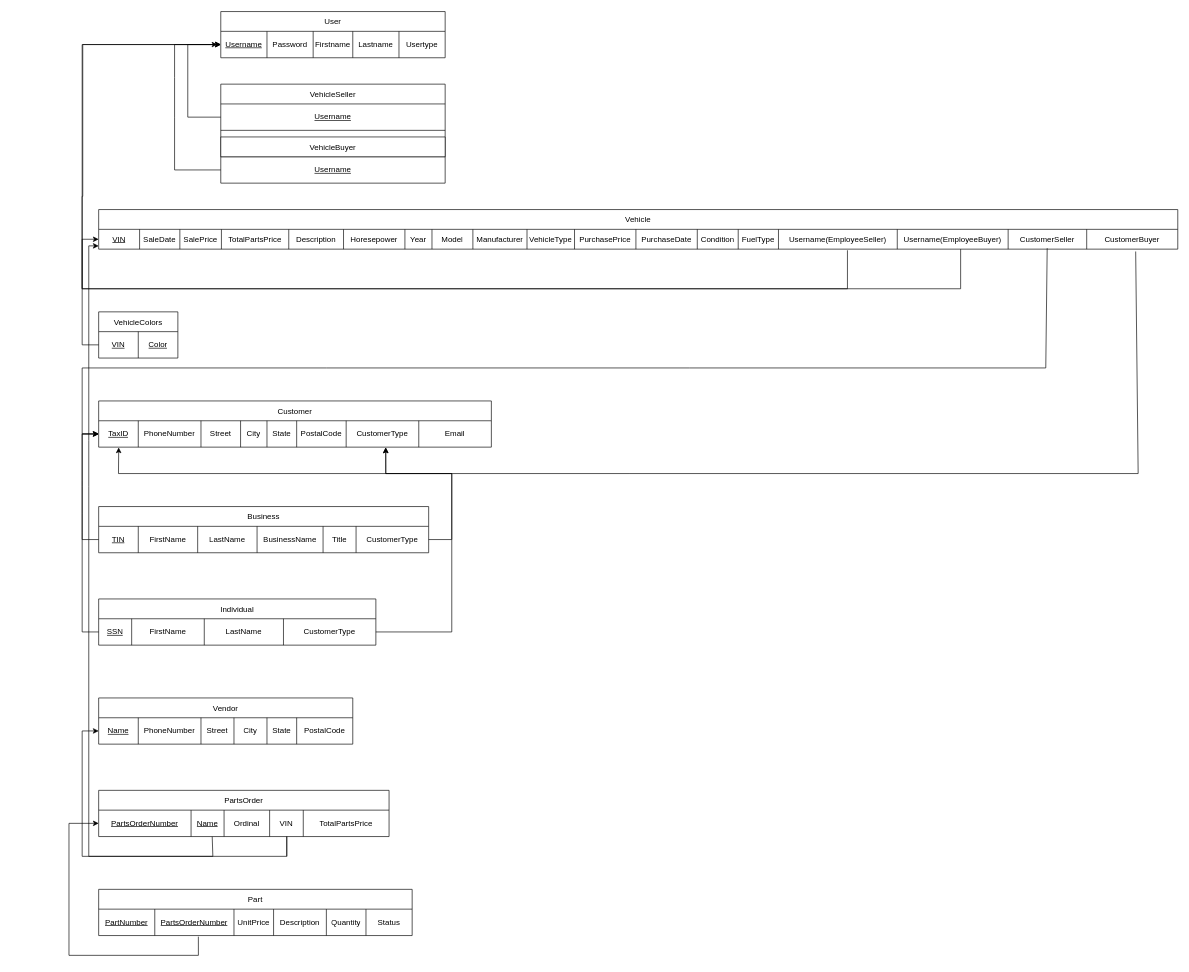
Earlier version of the draw.io diagram Phase_2/team006_p2_eer2rel.drawio (rkang427/autodb). Source tidied: cells renumbered, new cells numbered last; positions are measured from the earlier drawing's top-left corner, leaving out a move shared by most shapes. Both pictures are drawn from the tidied source at 66%, with x=0, y=0 at pixel (69, 11).
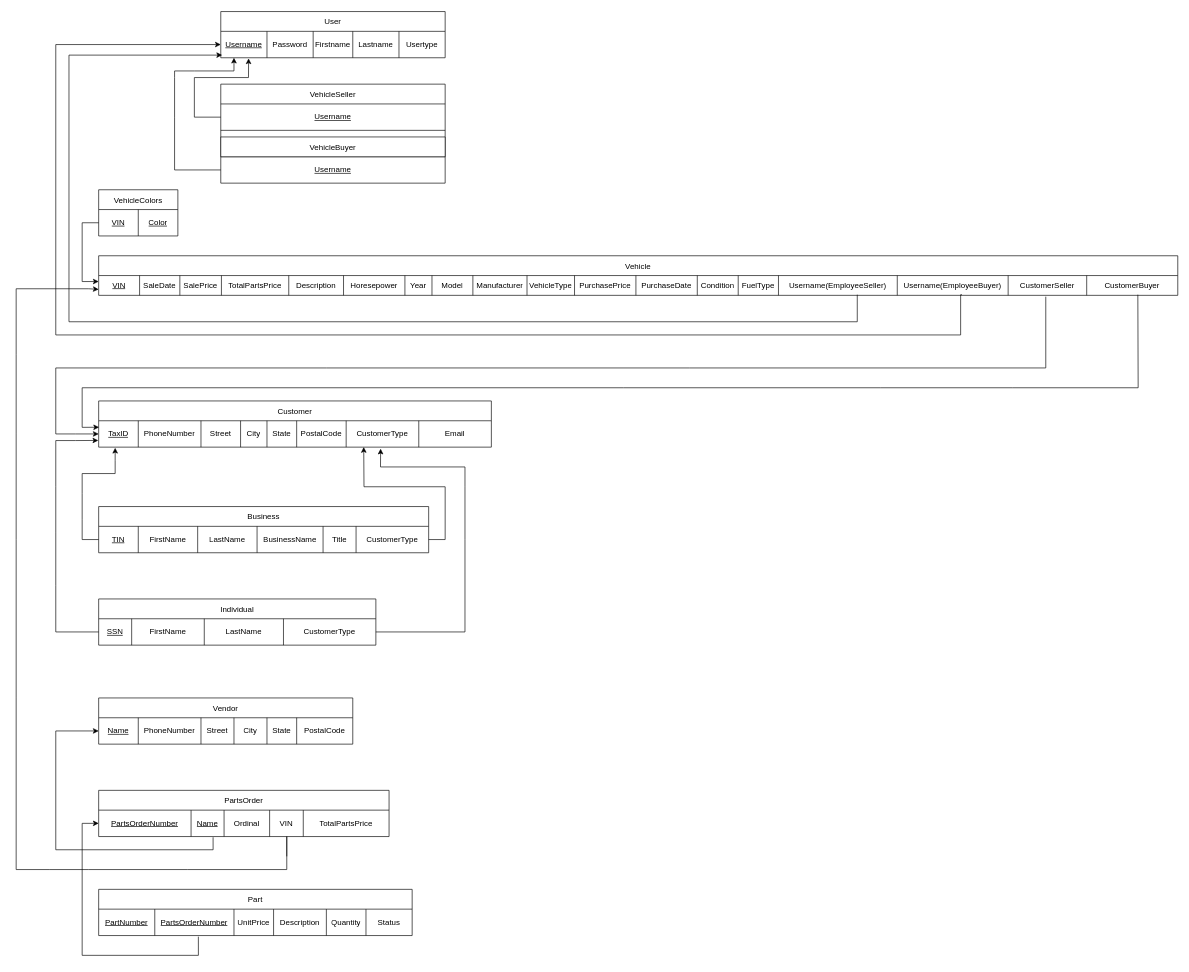
Above is the later version.

The change refers to these unchanged cells:
```xml
<mxCell id="3" style="shape=tableRow;horizontal=0;startSize=0;swimlaneHead=0;swimlaneBody=0;strokeColor=inherit;top=0;left=0;bottom=0;right=0;fillColor=none;points=[[0,0.5],[1,0.5]];portConstraint=eastwest;" parent="2" vertex="1">
  <mxGeometry y="30" width="340" height="40" as="geometry" />
</mxCell>
<mxCell id="10" style="shape=tableRow;horizontal=0;startSize=0;swimlaneHead=0;swimlaneBody=0;strokeColor=inherit;top=0;left=0;bottom=0;right=0;fillColor=none;points=[[0,0.5],[1,0.5]];portConstraint=eastwest;" parent="9" vertex="1">
  <mxGeometry y="30" width="340" height="40" as="geometry" />
</mxCell>
<mxCell id="16" style="shape=tableRow;horizontal=0;startSize=0;swimlaneHead=0;swimlaneBody=0;strokeColor=inherit;top=0;left=0;bottom=0;right=0;fillColor=none;points=[[0,0.5],[1,0.5]];portConstraint=eastwest;" parent="15" vertex="1">
  <mxGeometry y="30" width="340" height="40" as="geometry" />
</mxCell>
<mxCell id="20" style="shape=tableRow;horizontal=0;startSize=0;swimlaneHead=0;swimlaneBody=0;strokeColor=inherit;top=0;left=0;bottom=0;right=0;fillColor=none;points=[[0,0.5],[1,0.5]];portConstraint=eastwest;" parent="19" vertex="1">
  <mxGeometry y="30" width="120" height="40" as="geometry" />
</mxCell>
<mxCell id="24" style="shape=tableRow;horizontal=0;startSize=0;swimlaneHead=0;swimlaneBody=0;strokeColor=inherit;top=0;left=0;bottom=0;right=0;fillColor=none;points=[[0,0.5],[1,0.5]];portConstraint=eastwest;" parent="23" vertex="1">
  <mxGeometry y="30" width="595" height="40" as="geometry" />
</mxCell>
<mxCell id="34" style="shape=tableRow;horizontal=0;startSize=0;swimlaneHead=0;swimlaneBody=0;strokeColor=inherit;top=0;left=0;bottom=0;right=0;fillColor=none;points=[[0,0.5],[1,0.5]];portConstraint=eastwest;" parent="33" vertex="1">
  <mxGeometry y="30" width="385" height="40" as="geometry" />
</mxCell>
<mxCell id="43" style="shape=tableRow;horizontal=0;startSize=0;swimlaneHead=0;swimlaneBody=0;strokeColor=inherit;top=0;left=0;bottom=0;right=0;fillColor=none;points=[[0,0.5],[1,0.5]];portConstraint=eastwest;" parent="42" vertex="1">
  <mxGeometry y="30" width="475" height="40" as="geometry" />
</mxCell>
<mxCell id="55" style="shape=tableRow;horizontal=0;startSize=0;swimlaneHead=0;swimlaneBody=0;strokeColor=inherit;top=0;left=0;bottom=0;right=0;fillColor=none;points=[[0,0.5],[1,0.5]];portConstraint=eastwest;" parent="54" vertex="1">
  <mxGeometry y="30" width="1635" height="30" as="geometry" />
</mxCell>
<mxCell id="77" style="shape=tableRow;horizontal=0;startSize=0;swimlaneHead=0;swimlaneBody=0;strokeColor=inherit;top=0;left=0;bottom=0;right=0;fillColor=none;points=[[0,0.5],[1,0.5]];portConstraint=eastwest;align=center;verticalAlign=middle;fontFamily=Helvetica;fontSize=12;fontColor=default;" parent="76" vertex="1">
  <mxGeometry y="30" width="500" height="40" as="geometry" />
</mxCell>
<mxCell id="85" style="shape=tableRow;horizontal=0;startSize=0;swimlaneHead=0;swimlaneBody=0;strokeColor=inherit;top=0;left=0;bottom=0;right=0;fillColor=none;points=[[0,0.5],[1,0.5]];portConstraint=eastwest;align=center;verticalAlign=middle;fontFamily=Helvetica;fontSize=12;fontColor=default;" parent="84" vertex="1">
  <mxGeometry y="30" width="420" height="40" as="geometry" />
</mxCell>
<mxCell id="95" style="shape=tableRow;horizontal=0;startSize=0;swimlaneHead=0;swimlaneBody=0;strokeColor=inherit;top=0;left=0;bottom=0;right=0;fillColor=none;points=[[0,0.5],[1,0.5]];portConstraint=eastwest;" parent="94" vertex="1">
  <mxGeometry y="30" width="440" height="40" as="geometry" />
</mxCell>
```

Change to the diagram source:
```diff
@@
-    <mxCell id="14" style="endArrow=classic;html=1;rounded=0;exitX=0;exitY=0.5;exitDx=0;exitDy=0;entryX=0;entryY=0.5;entryDx=0;entryDy=0;" parent="1" edge="1" source="10" target="3">
+    <mxCell id="14" style="endArrow=classic;html=1;rounded=0;exitX=0;exitY=0.5;exitDx=0;exitDy=0;entryX=0.124;entryY=1.025;entryDx=0;entryDy=0;entryPerimeter=0;" parent="1" edge="1" source="10" target="3">
       <mxGeometry relative="1" as="geometry">
         <Array as="points">
-          <mxPoint x="180" y="160" />
-          <mxPoint x="180" y="50" />
+          <mxPoint x="190" y="160" />
+          <mxPoint x="190" y="100" />
+          <mxPoint x="272" y="100" />
         </Array>
       </mxGeometry>
     </mxCell>
@@
-    <mxCell id="18" style="endArrow=classic;html=1;rounded=0;exitX=0;exitY=0.5;exitDx=0;exitDy=0;entryX=0;entryY=0.5;entryDx=0;entryDy=0;" parent="1" edge="1" source="16" target="3">
+    <mxCell id="18" style="endArrow=classic;html=1;rounded=0;exitX=0;exitY=0.5;exitDx=0;exitDy=0;" parent="1" edge="1" source="16">
       <mxGeometry relative="1" as="geometry">
+        <mxPoint x="250" y="70" as="targetPoint" />
         <Array as="points">
           <mxPoint x="160" y="240" />
           <mxPoint x="160" y="160" />
           <mxPoint x="160" y="100" />
-          <mxPoint x="160" y="50" />
-          <mxPoint x="210" y="50" />
+          <mxPoint x="160" y="90" />
+          <mxPoint x="190" y="90" />
+          <mxPoint x="250" y="90" />
         </Array>
       </mxGeometry>
     </mxCell>
     <mxCell id="19" value="VehicleColors" style="shape=table;startSize=30;childLayout=tableLayout;" parent="1" vertex="1">
-      <mxGeometry x="45" y="455" width="120" height="70" as="geometry" />
+      <mxGeometry x="45" y="270" width="120" height="70" as="geometry" />
     </mxCell>
@@
-    <mxCell id="41" style="edgeStyle=orthogonalEdgeStyle;rounded=0;jettySize=auto;html=1;entryX=0;entryY=0.5;entryDx=0;entryDy=0;exitX=0.391;exitY=1.004;exitDx=0;exitDy=0;exitPerimeter=0;" parent="1" edge="1" source="95" target="34">
+    <mxCell id="41" style="edgeStyle=orthogonalEdgeStyle;rounded=0;jettySize=auto;html=1;entryX=0;entryY=0.5;entryDx=0;entryDy=0;exitX=0.394;exitY=1.026;exitDx=0;exitDy=0;exitPerimeter=0;" parent="1" edge="1" source="95" target="34">
       <mxGeometry relative="1" as="geometry">
         <Array as="points">
-          <mxPoint x="218" y="1250" />
-          <mxPoint x="218" y="1280" />
-          <mxPoint x="20" y="1280" />
-          <mxPoint x="20" y="1090" />
+          <mxPoint x="218" y="1270" />
+          <mxPoint x="-20" y="1270" />
+          <mxPoint x="-20" y="1090" />
         </Array>
       </mxGeometry>
     </mxCell>
@@
     <mxCell id="50" style="edgeStyle=orthogonalEdgeStyle;rounded=0;jettySize=auto;html=1;entryX=0;entryY=0.5;entryDx=0;entryDy=0;exitX=0.318;exitY=1.042;exitDx=0;exitDy=0;exitPerimeter=0;" parent="1" edge="1" source="43">
       <mxGeometry relative="1" as="geometry">
         <mxPoint x="45" y="1230" as="targetPoint" />
         <Array as="points">
           <mxPoint x="196" y="1430" />
-          <mxPoint y="1430" />
-          <mxPoint y="1230" />
+          <mxPoint x="20" y="1430" />
+          <mxPoint x="20" y="1230" />
         </Array>
       </mxGeometry>
     </mxCell>
-    <mxCell id="51" style="edgeStyle=orthogonalEdgeStyle;rounded=0;orthogonalLoop=1;jettySize=auto;html=1;exitX=0.697;exitY=1.056;exitDx=0;exitDy=0;exitPerimeter=0;entryX=0;entryY=0.5;entryDx=0;entryDy=0;" parent="1" edge="1">
+    <mxCell id="51" style="edgeStyle=orthogonalEdgeStyle;rounded=0;jettySize=auto;html=1;exitX=0.703;exitY=0.967;exitDx=0;exitDy=0;exitPerimeter=0;entryX=0.006;entryY=0.9;entryDx=0;entryDy=0;entryPerimeter=0;" parent="1" edge="1" source="55" target="3">
       <mxGeometry relative="1" as="geometry">
-        <mxPoint x="1179.5" y="361.7" as="sourcePoint" />
-        <mxPoint x="224.9" y="50" as="targetPoint" />
         <Array as="points">
-          <mxPoint x="1179.9" y="420" />
-          <mxPoint x="19.9" y="420" />
-          <mxPoint x="19.9" y="280" />
-          <mxPoint x="20.9" y="50" />
+          <mxPoint x="1194" y="470" />
+          <mxPoint y="470" />
+          <mxPoint y="66" />
         </Array>
       </mxGeometry>
     </mxCell>
-    <mxCell id="52" style="rounded=0;jettySize=auto;html=1;exitX=0.879;exitY=0.951;exitDx=0;exitDy=0;exitPerimeter=0;entryX=0;entryY=0.5;entryDx=0;entryDy=0;" parent="1" edge="1" source="55" target="24">
+    <mxCell id="52" style="rounded=0;jettySize=auto;html=1;entryX=0;entryY=0.5;entryDx=0;entryDy=0;" parent="1" edge="1" target="24">
       <mxGeometry relative="1" as="geometry">
+        <mxPoint x="1480" y="432" as="sourcePoint" />
         <Array as="points">
           <mxPoint x="1480" y="540" />
           <mxPoint x="940" y="540" />
           <mxPoint x="390" y="540" />
-          <mxPoint x="20" y="540" />
-          <mxPoint x="20" y="640" />
+          <mxPoint x="-20" y="540" />
+          <mxPoint x="-20" y="640" />
+          <mxPoint x="10" y="640" />
         </Array>
       </mxGeometry>
     </mxCell>
-    <mxCell id="53" style="edgeStyle=none;rounded=0;jettySize=auto;html=1;exitX=0.961;exitY=1.118;exitDx=0;exitDy=0;exitPerimeter=0;entryX=0.051;entryY=1.012;entryDx=0;entryDy=0;entryPerimeter=0;" parent="1" edge="1" source="55" target="24">
+    <mxCell id="53" style="edgeStyle=none;rounded=0;jettySize=auto;html=1;exitX=0.963;exitY=0.967;exitDx=0;exitDy=0;exitPerimeter=0;entryX=0.001;entryY=0.246;entryDx=0;entryDy=0;entryPerimeter=0;" parent="1" edge="1" source="55" target="24">
       <mxGeometry relative="1" as="geometry">
         <Array as="points">
-          <mxPoint x="1620" y="700" />
-          <mxPoint x="850" y="700" />
-          <mxPoint x="75" y="700" />
+          <mxPoint x="1620" y="570" />
+          <mxPoint x="1430" y="570" />
+          <mxPoint x="1230" y="570" />
+          <mxPoint x="840" y="570" />
+          <mxPoint x="20" y="570" />
+          <mxPoint x="20" y="630" />
         </Array>
       </mxGeometry>
     </mxCell>
     <mxCell id="54" value="Vehicle" style="shape=table;startSize=30;childLayout=tableLayout;" parent="1" vertex="1">
-      <mxGeometry x="45" y="300" width="1635" height="60" as="geometry" />
+      <mxGeometry x="45" y="370" width="1635" height="60" as="geometry" />
     </mxCell>
@@
-    <mxCell id="74" style="edgeStyle=orthogonalEdgeStyle;rounded=0;jettySize=auto;html=1;entryX=0;entryY=0.5;entryDx=0;entryDy=0;" parent="1" edge="1" source="20" target="55">
+    <mxCell id="74" style="edgeStyle=orthogonalEdgeStyle;rounded=0;jettySize=auto;html=1;entryX=0;entryY=0.302;entryDx=0;entryDy=0;entryPerimeter=0;exitX=0;exitY=0.5;exitDx=0;exitDy=0;" parent="1" edge="1" source="20" target="55">
       <mxGeometry relative="1" as="geometry">
         <Array as="points">
-          <mxPoint x="20" y="505" />
-          <mxPoint x="20" y="345" />
+          <mxPoint x="20" y="320" />
+          <mxPoint x="20" y="409" />
         </Array>
       </mxGeometry>
     </mxCell>
-    <mxCell id="75" style="edgeStyle=orthogonalEdgeStyle;rounded=0;jettySize=auto;html=1;entryX=0;entryY=0.5;entryDx=0;entryDy=0;" parent="1" edge="1" target="3">
+    <mxCell id="75" style="edgeStyle=orthogonalEdgeStyle;rounded=0;jettySize=auto;html=1;entryX=0;entryY=0.5;entryDx=0;entryDy=0;exitX=0.8;exitY=0.967;exitDx=0;exitDy=0;exitPerimeter=0;" parent="1" edge="1" source="55" target="3">
       <mxGeometry relative="1" as="geometry">
-        <mxPoint x="1351" y="360" as="sourcePoint" />
         <Array as="points">
-          <mxPoint x="1351" y="420" />
-          <mxPoint x="20" y="420" />
-          <mxPoint x="20" y="50" />
+          <mxPoint x="1351" y="429" />
+          <mxPoint x="1351" y="490" />
+          <mxPoint x="-20" y="490" />
+          <mxPoint x="-20" y="50" />
         </Array>
       </mxGeometry>
     </mxCell>
@@
-    <mxCell id="90" style="edgeStyle=none;rounded=0;jettySize=auto;html=1;entryX=0;entryY=0.5;entryDx=0;entryDy=0;fontFamily=Helvetica;fontSize=12;fontColor=default;exitX=0;exitY=0.5;exitDx=0;exitDy=0;" parent="1" edge="1" source="77" target="24">
+    <mxCell id="90" style="edgeStyle=none;rounded=0;jettySize=auto;html=1;fontFamily=Helvetica;fontSize=12;fontColor=default;exitX=0;exitY=0.5;exitDx=0;exitDy=0;" parent="1" edge="1" source="77">
       <mxGeometry relative="1" as="geometry">
+        <mxPoint x="70" y="661" as="targetPoint" />
         <Array as="points">
           <mxPoint x="20" y="800" />
-          <mxPoint x="20" y="760" />
-          <mxPoint x="20" y="720" />
-          <mxPoint x="20" y="640" />
+          <mxPoint x="20" y="770" />
+          <mxPoint x="20" y="730" />
+          <mxPoint x="20" y="700" />
+          <mxPoint x="70" y="700" />
+          <mxPoint x="70" y="680" />
         </Array>
       </mxGeometry>
     </mxCell>
-    <mxCell id="91" style="edgeStyle=none;rounded=0;jettySize=auto;html=1;fontFamily=Helvetica;fontSize=12;fontColor=default;exitX=0;exitY=0.5;exitDx=0;exitDy=0;entryX=0;entryY=0.5;entryDx=0;entryDy=0;" parent="1" edge="1" source="85" target="24">
+    <mxCell id="91" style="edgeStyle=none;rounded=0;jettySize=auto;html=1;fontFamily=Helvetica;fontSize=12;fontColor=default;exitX=0;exitY=0.5;exitDx=0;exitDy=0;entryX=-0.001;entryY=0.746;entryDx=0;entryDy=0;entryPerimeter=0;" parent="1" edge="1" source="85" target="24">
       <mxGeometry relative="1" as="geometry">
         <Array as="points">
-          <mxPoint x="20" y="940" />
-          <mxPoint x="20" y="790" />
-          <mxPoint x="20" y="710" />
-          <mxPoint x="20" y="640" />
+          <mxPoint x="-20" y="940" />
+          <mxPoint x="-20" y="870" />
+          <mxPoint x="-20" y="790" />
+          <mxPoint x="-20" y="720" />
+          <mxPoint x="-20" y="650" />
+          <mxPoint x="10" y="650" />
         </Array>
       </mxGeometry>
     </mxCell>
-    <mxCell id="92" style="edgeStyle=none;rounded=0;jettySize=auto;html=1;entryX=0.731;entryY=1.018;entryDx=0;entryDy=0;entryPerimeter=0;fontFamily=Helvetica;fontSize=12;fontColor=default;exitX=1;exitY=0.5;exitDx=0;exitDy=0;" parent="1" edge="1" source="77" target="24">
+    <mxCell id="92" style="edgeStyle=none;rounded=0;jettySize=auto;html=1;entryX=0.675;entryY=0.996;entryDx=0;entryDy=0;entryPerimeter=0;fontFamily=Helvetica;fontSize=12;fontColor=default;exitX=1;exitY=0.5;exitDx=0;exitDy=0;" parent="1" edge="1" source="77" target="24">
       <mxGeometry relative="1" as="geometry">
         <Array as="points">
-          <mxPoint x="580" y="800" />
-          <mxPoint x="580" y="700" />
-          <mxPoint x="480" y="700" />
+          <mxPoint x="570" y="800" />
+          <mxPoint x="570" y="720" />
+          <mxPoint x="447" y="720" />
         </Array>
       </mxGeometry>
     </mxCell>
-    <mxCell id="93" style="edgeStyle=none;rounded=0;jettySize=auto;html=1;fontFamily=Helvetica;fontSize=12;fontColor=default;entryX=0.731;entryY=1.01;entryDx=0;entryDy=0;entryPerimeter=0;" parent="1" edge="1" source="85" target="24">
+    <mxCell id="93" style="edgeStyle=none;rounded=0;jettySize=auto;html=1;fontFamily=Helvetica;fontSize=12;fontColor=default;entryX=0.718;entryY=1.058;entryDx=0;entryDy=0;entryPerimeter=0;" parent="1" edge="1" source="85" target="24">
       <mxGeometry relative="1" as="geometry">
         <Array as="points">
-          <mxPoint x="580" y="940" />
-          <mxPoint x="580" y="800" />
-          <mxPoint x="580" y="700" />
-          <mxPoint x="480" y="700" />
+          <mxPoint x="600" y="940" />
+          <mxPoint x="600" y="800" />
+          <mxPoint x="600" y="720" />
+          <mxPoint x="600" y="690" />
+          <mxPoint x="472" y="690" />
         </Array>
       </mxGeometry>
     </mxCell>
@@
-    <mxCell id="101" style="edgeStyle=none;rounded=0;jettySize=auto;html=1;fontFamily=Helvetica;fontSize=12;fontColor=default;entryX=0;entryY=0.837;entryDx=0;entryDy=0;entryPerimeter=0;" parent="1" edge="1" target="55">
+    <mxCell id="101" style="edgeStyle=none;rounded=0;jettySize=auto;html=1;fontFamily=Helvetica;fontSize=12;fontColor=default;entryX=0;entryY=0.7;entryDx=0;entryDy=0;entryPerimeter=0;" parent="1" edge="1" target="55">
       <mxGeometry relative="1" as="geometry">
         <mxPoint x="330" y="1280" as="sourcePoint" />
         <Array as="points">
           <mxPoint x="330" y="1250" />
-          <mxPoint x="330" y="1280" />
-          <mxPoint x="30" y="1280" />
-          <mxPoint x="30" y="800" />
-          <mxPoint x="30" y="720" />
-          <mxPoint x="30" y="650" />
-          <mxPoint x="30" y="355" />
+          <mxPoint x="330" y="1300" />
+          <mxPoint x="180" y="1300" />
+          <mxPoint x="30" y="1300" />
+          <mxPoint x="-30" y="1300" />
+          <mxPoint x="-80" y="1300" />
+          <mxPoint x="-80" y="1040" />
+          <mxPoint x="-80" y="800" />
+          <mxPoint x="-80" y="640" />
+          <mxPoint x="-80" y="520" />
+          <mxPoint x="-80" y="420" />
+          <mxPoint x="30" y="420" />
         </Array>
       </mxGeometry>
     </mxCell>
```
